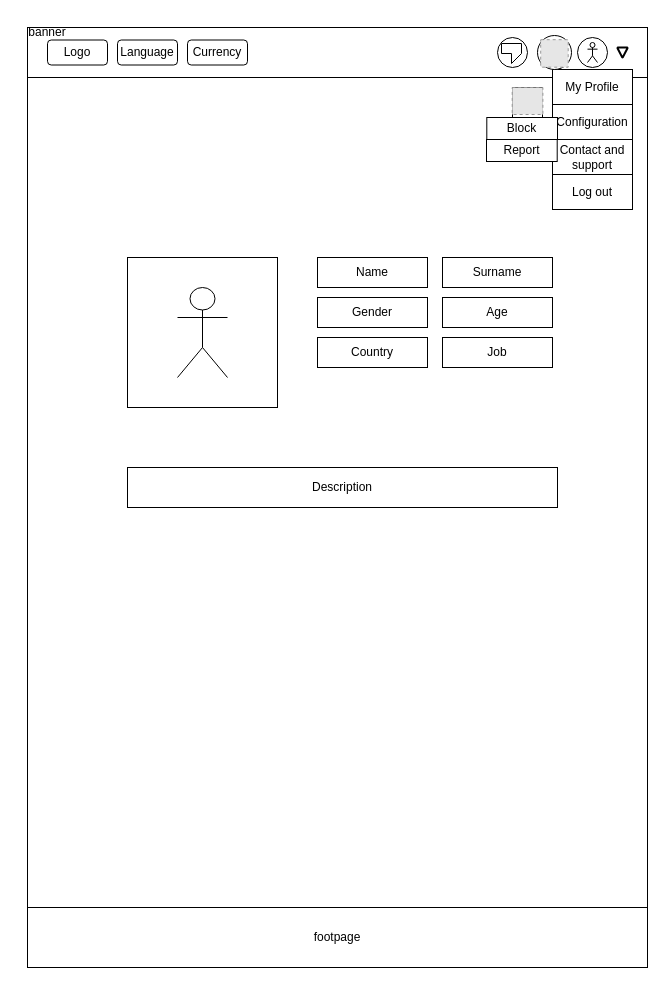
The draw.io diagram CroquisWeb/DrawIO/Other Profile.drawio in sofwarebakery/CroquisWeb, before the edit. Source tidied: cells renumbered, new cells numbered last; positions are measured from the earlier drawing's top-left corner, leaving out a move shared by most shapes. Both pictures are drawn from the tidied source at 100%, with x=0, y=0 at pixel (17, 17). Pictures stored in the file or linked from it are replaced by grey dashed boxes.
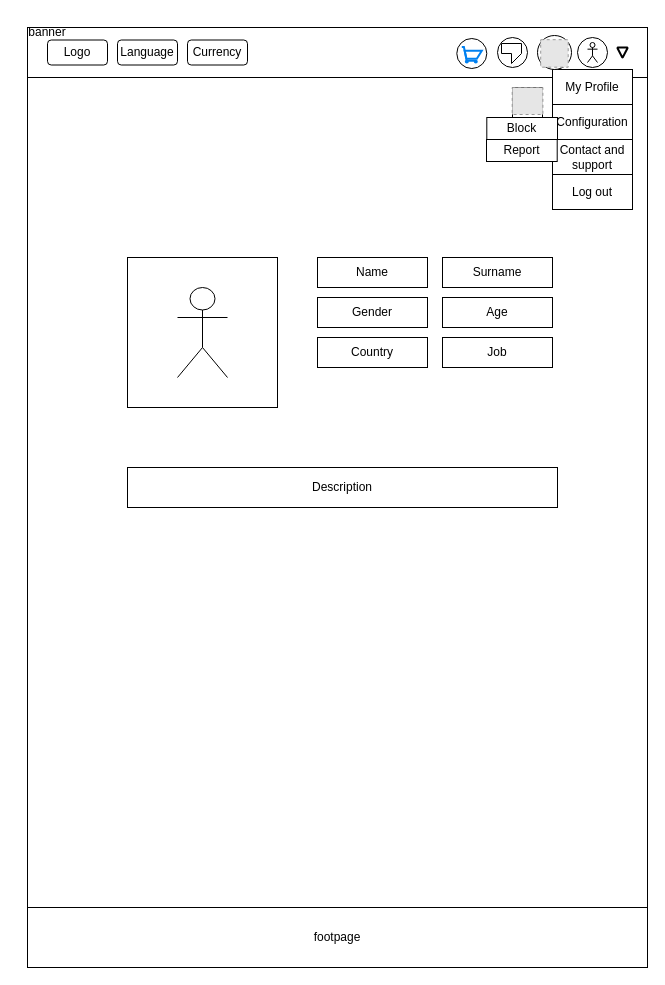
The same page after the edit.

Change to the diagram source:
```diff
@@
+    <mxCell id="34" style="ellipse;whiteSpace=wrap;html=1;" parent="1" vertex="1">
+      <mxGeometry x="439.3" y="21" width="30" height="30" as="geometry" />
+    </mxCell>
+    <mxCell id="35" style="html=1;verticalLabelPosition=bottom;align=center;labelBackgroundColor=#ffffff;verticalAlign=top;strokeWidth=2;strokeColor=#0080F0;shadow=0;dashed=0;shape=mxgraph.ios7.icons.shopping_cart;" parent="1" vertex="1">
+      <mxGeometry x="444.3" y="29.5" width="20" height="15.5" as="geometry" />
+    </mxCell>
```
